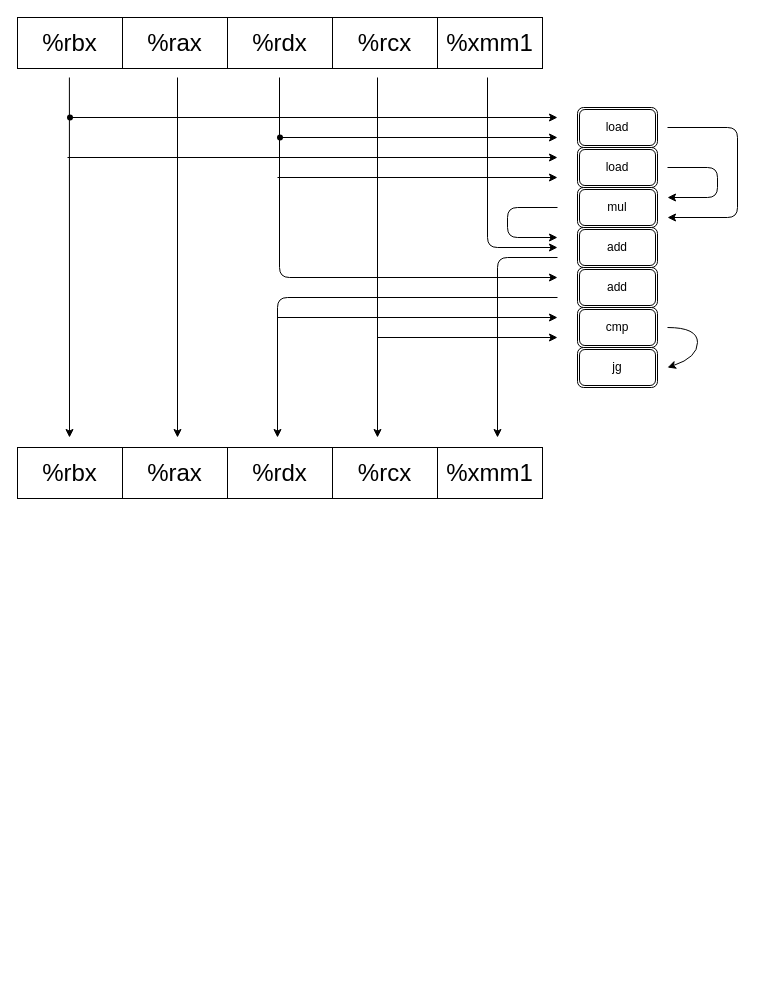
zifeixianyu/zifeixianyu.github.io keeps this draw.io diagram as images/Untitled Diagram.drawio. Above is the earlier version. Source tidied: cells renumbered, new cells numbered last; positions are measured from the earlier drawing's top-left corner, leaving out a move shared by most shapes. Both pictures are drawn from the tidied source at 100%, with x=0, y=0 at pixel (17, 17).
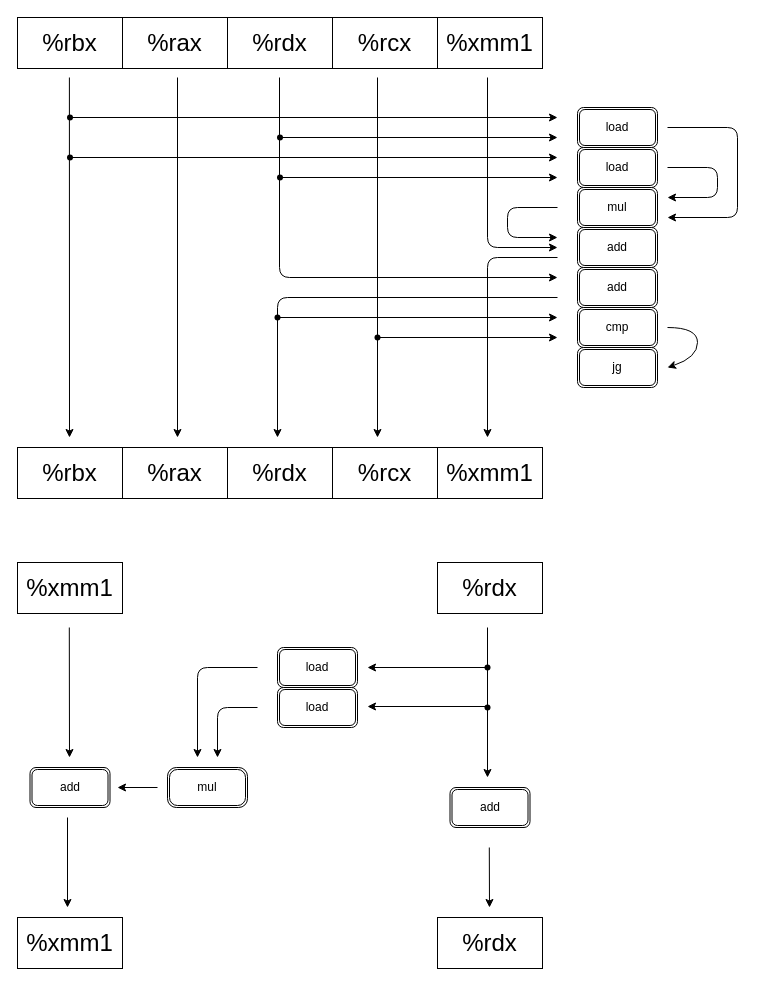
After the change.

What changed in the source:
```diff
@@
     <mxCell id="23" value="add" style="shape=ext;double=1;rounded=1;whiteSpace=wrap;html=1;startSize=0;" parent="1" vertex="1">
-      <mxGeometry x="560" y="210" width="80" height="40" as="geometry" />
+      <mxGeometry x="432.5" y="770" width="80" height="40" as="geometry" />
     </mxCell>
@@
-    <mxCell id="25" style="endArrow=classic;html=1;startSize=0;" parent="1" edge="1">
+    <mxCell id="25" style="endArrow=classic;html=1;startSize=0;startArrow=none;" parent="1" edge="1" source="58">
       <mxGeometry relative="1" as="geometry">
-        <mxPoint x="260" y="160" as="sourcePoint" />
         <mxPoint x="540" y="160" as="targetPoint" />
       </mxGeometry>
     </mxCell>
@@
     <mxCell id="27" style="edgeStyle=elbowEdgeStyle;elbow=vertical;endArrow=classic;html=1;startSize=0;" parent="1" edge="1">
       <mxGeometry relative="1" as="geometry">
         <mxPoint x="540" y="240" as="sourcePoint" />
-        <mxPoint x="480" y="420" as="targetPoint" />
+        <mxPoint x="470" y="420" as="targetPoint" />
         <Array as="points">
-          <mxPoint x="500" y="240" />
+          <mxPoint x="470" y="240" />
         </Array>
       </mxGeometry>
     </mxCell>
@@
-    <mxCell id="37" style="endArrow=classic;html=1;startSize=0;" parent="1" edge="1">
+    <mxCell id="37" style="endArrow=classic;html=1;startSize=0;startArrow=none;" parent="1" edge="1" source="61">
       <mxGeometry relative="1" as="geometry">
-        <mxPoint x="360" y="320" as="sourcePoint" />
         <mxPoint x="540" y="320" as="targetPoint" />
       </mxGeometry>
     </mxCell>
@@
+    <mxCell id="39" value="&lt;font style=&quot;font-size: 24px&quot;&gt;%xmm1&lt;/font&gt;" style="rounded=0;whiteSpace=wrap;html=1;startSize=0;" parent="1" vertex="1">
+      <mxGeometry y="545" width="105" height="51" as="geometry" />
+    </mxCell>
+    <mxCell id="40" value="&lt;font style=&quot;font-size: 24px&quot;&gt;%rdx&lt;/font&gt;" style="rounded=0;whiteSpace=wrap;html=1;startSize=0;" parent="1" vertex="1">
+      <mxGeometry x="420" y="545" width="105" height="51" as="geometry" />
+    </mxCell>
+    <mxCell id="41" style="endArrow=classic;html=1;startSize=0;startArrow=none;" parent="1" edge="1" source="63">
+      <mxGeometry relative="1" as="geometry">
+        <mxPoint x="470" y="760" as="targetPoint" />
+      </mxGeometry>
+    </mxCell>
+    <mxCell id="42" style="endArrow=classic;html=1;startSize=0;" parent="1" edge="1">
+      <mxGeometry relative="1" as="geometry">
+        <mxPoint x="471.8" y="830" as="sourcePoint" />
+        <mxPoint x="472" y="890" as="targetPoint" />
+      </mxGeometry>
+    </mxCell>
+    <mxCell id="43" value="load" style="shape=ext;double=1;rounded=1;whiteSpace=wrap;html=1;startSize=0;" parent="1" vertex="1">
+      <mxGeometry x="260" y="630" width="80" height="40" as="geometry" />
+    </mxCell>
+    <mxCell id="44" value="load" style="shape=ext;double=1;rounded=1;whiteSpace=wrap;html=1;startSize=0;" parent="1" vertex="1">
+      <mxGeometry x="260" y="670" width="80" height="40" as="geometry" />
+    </mxCell>
+    <mxCell id="45" style="endArrow=classic;html=1;startSize=0;" parent="1" edge="1">
+      <mxGeometry relative="1" as="geometry">
+        <mxPoint x="470" y="650" as="sourcePoint" />
+        <mxPoint x="350" y="650" as="targetPoint" />
+      </mxGeometry>
+    </mxCell>
+    <mxCell id="46" style="endArrow=classic;html=1;startSize=0;" parent="1" edge="1">
+      <mxGeometry relative="1" as="geometry">
+        <mxPoint x="470" y="689" as="sourcePoint" />
+        <mxPoint x="350" y="689" as="targetPoint" />
+      </mxGeometry>
+    </mxCell>
+    <mxCell id="47" value="add" style="shape=ext;double=1;rounded=1;whiteSpace=wrap;html=1;startSize=0;" parent="1" vertex="1">
+      <mxGeometry x="12.5" y="750" width="80" height="40" as="geometry" />
+    </mxCell>
+    <mxCell id="48" style="endArrow=classic;html=1;startSize=0;" parent="1" edge="1">
+      <mxGeometry relative="1" as="geometry">
+        <mxPoint x="51.8" y="610" as="sourcePoint" />
+        <mxPoint x="52" y="740" as="targetPoint" />
+      </mxGeometry>
+    </mxCell>
+    <mxCell id="49" style="edgeStyle=elbowEdgeStyle;elbow=horizontal;endArrow=classic;html=1;startSize=0;" parent="1" edge="1">
+      <mxGeometry relative="1" as="geometry">
+        <mxPoint x="240" y="650" as="sourcePoint" />
+        <mxPoint x="180" y="740" as="targetPoint" />
+        <Array as="points">
+          <mxPoint x="180" y="700" />
+        </Array>
+      </mxGeometry>
+    </mxCell>
+    <mxCell id="50" style="edgeStyle=elbowEdgeStyle;elbow=horizontal;endArrow=classic;html=1;startSize=0;" parent="1" edge="1">
+      <mxGeometry relative="1" as="geometry">
+        <mxPoint x="240" y="690" as="sourcePoint" />
+        <mxPoint x="200" y="740" as="targetPoint" />
+        <Array as="points">
+          <mxPoint x="200" y="690" />
+        </Array>
+      </mxGeometry>
+    </mxCell>
+    <mxCell id="51" value="add" style="shape=ext;double=1;rounded=1;whiteSpace=wrap;html=1;startSize=0;" parent="1" vertex="1">
+      <mxGeometry x="560" y="210" width="80" height="40" as="geometry" />
+    </mxCell>
+    <mxCell id="52" value="&lt;font style=&quot;font-size: 24px&quot;&gt;%rdx&lt;/font&gt;" style="rounded=0;whiteSpace=wrap;html=1;startSize=0;" parent="1" vertex="1">
+      <mxGeometry x="420" y="900" width="105" height="51" as="geometry" />
+    </mxCell>
+    <mxCell id="53" value="&lt;font style=&quot;font-size: 24px&quot;&gt;%xmm1&lt;/font&gt;" style="rounded=0;whiteSpace=wrap;html=1;startSize=0;" parent="1" vertex="1">
+      <mxGeometry y="900" width="105" height="51" as="geometry" />
+    </mxCell>
+    <mxCell id="54" style="endArrow=classic;html=1;startSize=0;" parent="1" edge="1">
+      <mxGeometry relative="1" as="geometry">
+        <mxPoint x="50" y="800" as="sourcePoint" />
+        <mxPoint x="50" y="890" as="targetPoint" />
+      </mxGeometry>
+    </mxCell>
+    <mxCell id="55" value="mul" style="shape=ext;double=1;rounded=1;whiteSpace=wrap;html=1;startSize=0;arcSize=22;" parent="1" vertex="1">
+      <mxGeometry x="150" y="750" width="80" height="40" as="geometry" />
+    </mxCell>
+    <mxCell id="56" style="endArrow=classic;html=1;startSize=0;" parent="1" edge="1">
+      <mxGeometry relative="1" as="geometry">
+        <mxPoint x="140" y="770" as="sourcePoint" />
+        <mxPoint x="100" y="770" as="targetPoint" />
+      </mxGeometry>
+    </mxCell>
+    <mxCell id="57" style="shape=waypoint;sketch=0;size=6;fillColor=none;perimeter=centerPerimeter;startSize=0;html=1;" parent="1" vertex="1">
+      <mxGeometry x="32.5" y="120" width="40" height="40" as="geometry" />
+    </mxCell>
+    <mxCell id="58" style="shape=waypoint;sketch=0;size=6;points=[];fillColor=none;perimeter=centerPerimeter;snapToPoint=1;startSize=0;html=1;" parent="1" vertex="1">
+      <mxGeometry x="242.5" y="140" width="40" height="40" as="geometry" />
+    </mxCell>
+    <mxCell id="59" style="endArrow=none;html=1;startSize=0;" parent="1" edge="1" target="58">
+      <mxGeometry relative="1" as="geometry">
+        <mxPoint x="260" y="160" as="sourcePoint" />
+      </mxGeometry>
+    </mxCell>
+    <mxCell id="60" style="shape=waypoint;sketch=0;size=6;fillColor=none;perimeter=centerPerimeter;startSize=0;html=1;" parent="1" vertex="1">
+      <mxGeometry x="240" y="280" width="40" height="40" as="geometry" />
+    </mxCell>
+    <mxCell id="61" style="shape=waypoint;sketch=0;size=6;points=[];fillColor=none;perimeter=centerPerimeter;snapToPoint=1;startSize=0;html=1;" parent="1" vertex="1">
+      <mxGeometry x="340" y="300" width="40" height="40" as="geometry" />
+    </mxCell>
+    <mxCell id="62" style="endArrow=none;html=1;startSize=0;" parent="1" edge="1" target="61">
+      <mxGeometry relative="1" as="geometry">
+        <mxPoint x="360" y="320" as="sourcePoint" />
+      </mxGeometry>
+    </mxCell>
+    <mxCell id="63" style="shape=waypoint;sketch=0;size=6;points=[];fillColor=none;perimeter=centerPerimeter;snapToPoint=1;startSize=0;html=1;" parent="1" vertex="1">
+      <mxGeometry x="450" y="630" width="40" height="40" as="geometry" />
+    </mxCell>
+    <mxCell id="64" style="endArrow=none;html=1;startSize=0;" parent="1" edge="1" target="63">
+      <mxGeometry relative="1" as="geometry">
+        <mxPoint x="470" y="610" as="sourcePoint" />
+      </mxGeometry>
+    </mxCell>
+    <mxCell id="65" style="shape=waypoint;sketch=0;size=6;fillColor=none;perimeter=centerPerimeter;startSize=0;html=1;" parent="1" vertex="1">
+      <mxGeometry x="450" y="670" width="40" height="40" as="geometry" />
+    </mxCell>
```
